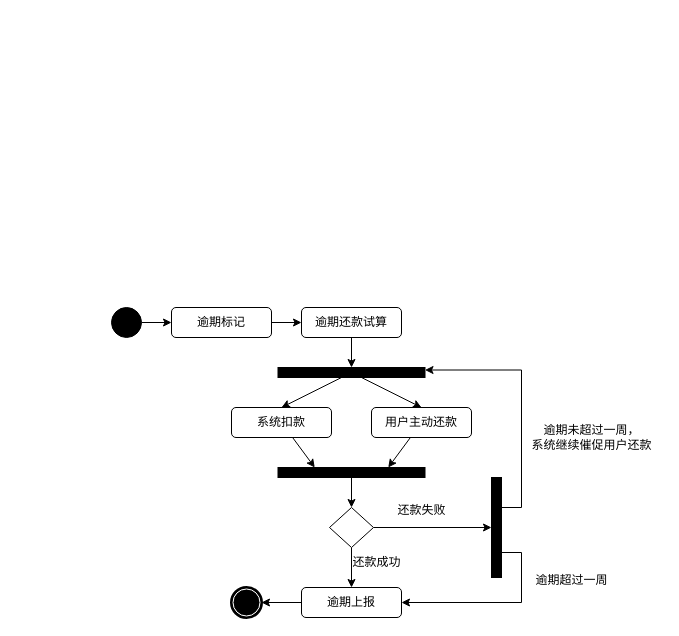
Before: 逾期还款处理.drawio in wuxiao-web/graduationThesis, a draw.io diagram. Source tidied: cells renumbered, new cells numbered last; positions are measured from the earlier drawing's top-left corner, leaving out a move shared by most shapes. Both pictures are drawn from the tidied source at 100%, with x=0, y=0 at pixel (111, 307).
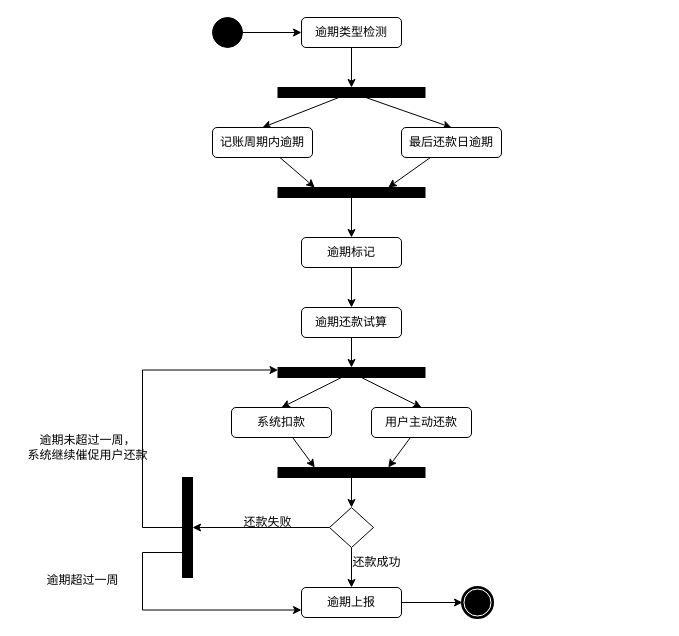
Above is the later version.

Commit message:
更新逾期还款处理.drawio

The change refers to these unchanged cells:
```xml
<mxCell id="8" style="whiteSpace=wrap;html=1;rounded=0;shadow=0;comic=0;labelBackgroundColor=none;strokeWidth=1;fillColor=#000000;fontFamily=Verdana;fontSize=12;align=center;rotation=0;" parent="1" vertex="1">
  <mxGeometry x="166.5" y="60" width="147" height="10" as="geometry" />
</mxCell>
<mxCell id="19" style="rhombus;whiteSpace=wrap;html=1;" parent="1" vertex="1">
  <mxGeometry x="218" y="200" width="44" height="40" as="geometry" />
</mxCell>
<mxCell id="26" value="逾期上报" style="rounded=1;whiteSpace=wrap;html=1;" parent="1" vertex="1">
  <mxGeometry x="190" y="280" width="100" height="30" as="geometry" />
</mxCell>
```

The edit, as a diff of the source:
```diff
@@
-    <mxCell id="2" style="edgeStyle=orthogonalEdgeStyle;rounded=0;jettySize=auto;html=1;" parent="1" edge="1" source="3" target="16">
-      <mxGeometry relative="1" as="geometry" />
+    <mxCell id="2" style="rounded=0;jettySize=auto;html=1;" parent="1" edge="1" target="16">
+      <mxGeometry relative="1" as="geometry">
+        <mxPoint x="240" y="-110" as="sourcePoint" />
+      </mxGeometry>
     </mxCell>
-    <mxCell id="3" style="ellipse;whiteSpace=wrap;html=1;rounded=0;shadow=0;comic=0;labelBackgroundColor=none;strokeWidth=1;fillColor=#000000;fontFamily=Verdana;fontSize=12;align=center;" parent="1" vertex="1">
-      <mxGeometry width="30" height="30" as="geometry" />
-    </mxCell>
@@
     <mxCell id="16" value="逾期标记" style="rounded=1;whiteSpace=wrap;html=1;" parent="1" vertex="1">
-      <mxGeometry x="60" width="100" height="30" as="geometry" />
+      <mxGeometry x="190" y="-70" width="100" height="30" as="geometry" />
     </mxCell>
-    <mxCell id="17" style="edgeStyle=orthogonalEdgeStyle;rounded=0;jettySize=auto;html=1;" parent="1" edge="1" source="19" target="23">
+    <mxCell id="17" style="edgeStyle=orthogonalEdgeStyle;rounded=0;jettySize=auto;html=1;entryX=0.5;entryY=0;entryDx=0;entryDy=0;" parent="1" edge="1" source="19" target="33">
       <mxGeometry relative="1" as="geometry" />
     </mxCell>
@@
     <mxCell id="20" value="还款失败" style="text;html=1;align=center;verticalAlign=middle;strokeColor=none;fillColor=none;" parent="1" vertex="1">
-      <mxGeometry x="275" y="188" width="70" height="30" as="geometry" />
+      <mxGeometry x="121" y="200" width="70" height="30" as="geometry" />
     </mxCell>
-    <mxCell id="21" style="edgeStyle=orthogonalEdgeStyle;rounded=0;jettySize=auto;html=1;exitX=0.5;exitY=0;exitDx=0;exitDy=0;entryX=1;entryY=0.25;entryDx=0;entryDy=0;" parent="1" edge="1" source="23" target="8">
-      <mxGeometry relative="1" as="geometry">
-        <Array as="points">
-          <mxPoint x="390" y="200" />
-          <mxPoint x="410" y="200" />
-          <mxPoint x="410" y="63" />
-        </Array>
-      </mxGeometry>
-    </mxCell>
-    <mxCell id="22" style="edgeStyle=orthogonalEdgeStyle;rounded=0;jettySize=auto;html=1;entryX=1;entryY=0.5;entryDx=0;entryDy=0;exitX=0.75;exitY=0;exitDx=0;exitDy=0;" parent="1" edge="1" source="23" target="26">
-      <mxGeometry relative="1" as="geometry" />
-    </mxCell>
-    <mxCell id="23" style="whiteSpace=wrap;html=1;rounded=0;shadow=0;comic=0;labelBackgroundColor=none;strokeWidth=1;fillColor=#000000;fontFamily=Verdana;fontSize=12;align=center;rotation=0;direction=south;" parent="1" vertex="1">
-      <mxGeometry x="380" y="170" width="10" height="100" as="geometry" />
-    </mxCell>
     <mxCell id="24" value="逾期未超过一周，&lt;br&gt;系统继续催促用户还款" style="text;html=1;align=center;verticalAlign=middle;strokeColor=none;fillColor=none;" parent="1" vertex="1">
-      <mxGeometry x="410" y="110" width="140" height="40" as="geometry" />
+      <mxGeometry x="-94" y="120" width="140" height="40" as="geometry" />
     </mxCell>
@@
     <mxCell id="28" value="逾期超过一周" style="text;html=1;align=center;verticalAlign=middle;strokeColor=none;fillColor=none;" parent="1" vertex="1">
-      <mxGeometry x="410" y="258" width="100" height="30" as="geometry" />
+      <mxGeometry x="-79" y="258" width="100" height="30" as="geometry" />
     </mxCell>
     <mxCell id="29" style="shape=mxgraph.bpmn.shape;html=1;verticalLabelPosition=bottom;labelBackgroundColor=#ffffff;verticalAlign=top;perimeter=ellipsePerimeter;outline=end;symbol=terminate;rounded=0;shadow=0;comic=0;strokeWidth=1;fontFamily=Verdana;fontSize=12;align=center;" parent="1" vertex="1">
-      <mxGeometry x="120" y="280" width="30" height="30" as="geometry" />
+      <mxGeometry x="351" y="280" width="30" height="30" as="geometry" />
     </mxCell>
+    <mxCell id="30" style="whiteSpace=wrap;html=1;rounded=0;shadow=0;comic=0;labelBackgroundColor=none;strokeWidth=1;fillColor=#000000;fontFamily=Verdana;fontSize=12;align=center;rotation=0;" parent="1" vertex="1">
+      <mxGeometry x="166.5" y="-120" width="147" height="10" as="geometry" />
+    </mxCell>
+    <mxCell id="31" style="edgeStyle=orthogonalEdgeStyle;rounded=0;jettySize=auto;html=1;entryX=0;entryY=0.25;entryDx=0;entryDy=0;" parent="1" edge="1" source="33" target="8">
+      <mxGeometry relative="1" as="geometry">
+        <Array as="points">
+          <mxPoint x="31" y="220" />
+          <mxPoint x="31" y="63" />
+        </Array>
+      </mxGeometry>
+    </mxCell>
+    <mxCell id="32" style="edgeStyle=orthogonalEdgeStyle;rounded=0;jettySize=auto;html=1;entryX=0;entryY=0.75;entryDx=0;entryDy=0;exitX=0.75;exitY=1;exitDx=0;exitDy=0;" parent="1" edge="1" source="33" target="26">
+      <mxGeometry relative="1" as="geometry">
+        <Array as="points">
+          <mxPoint x="31" y="245" />
+          <mxPoint x="31" y="303" />
+        </Array>
+      </mxGeometry>
+    </mxCell>
+    <mxCell id="33" style="whiteSpace=wrap;html=1;rounded=0;shadow=0;comic=0;labelBackgroundColor=none;strokeWidth=1;fillColor=#000000;fontFamily=Verdana;fontSize=12;align=center;rotation=0;direction=south;" parent="1" vertex="1">
+      <mxGeometry x="71" y="170" width="10" height="100" as="geometry" />
+    </mxCell>
+    <mxCell id="34" style="edgeStyle=orthogonalEdgeStyle;rounded=0;jettySize=auto;html=1;" parent="1" edge="1" source="35" target="37">
+      <mxGeometry relative="1" as="geometry" />
+    </mxCell>
+    <mxCell id="35" style="ellipse;whiteSpace=wrap;html=1;rounded=0;shadow=0;comic=0;labelBackgroundColor=none;strokeWidth=1;fillColor=#000000;fontFamily=Verdana;fontSize=12;align=center;" parent="1" vertex="1">
+      <mxGeometry x="101" y="-290" width="30" height="30" as="geometry" />
+    </mxCell>
+    <mxCell id="36" style="edgeStyle=orthogonalEdgeStyle;rounded=0;jettySize=auto;html=1;" parent="1" edge="1" source="37" target="40">
+      <mxGeometry relative="1" as="geometry" />
+    </mxCell>
+    <mxCell id="37" value="逾期类型检测" style="rounded=1;whiteSpace=wrap;html=1;" parent="1" vertex="1">
+      <mxGeometry x="190" y="-290" width="100" height="30" as="geometry" />
+    </mxCell>
+    <mxCell id="38" style="rounded=0;jettySize=auto;html=1;entryX=0.5;entryY=0;entryDx=0;entryDy=0;" parent="1" edge="1" source="40" target="42">
+      <mxGeometry relative="1" as="geometry" />
+    </mxCell>
+    <mxCell id="39" style="rounded=0;jettySize=auto;html=1;entryX=0.5;entryY=0;entryDx=0;entryDy=0;" parent="1" edge="1" source="40" target="44">
+      <mxGeometry relative="1" as="geometry" />
+    </mxCell>
+    <mxCell id="40" style="whiteSpace=wrap;html=1;rounded=0;shadow=0;comic=0;labelBackgroundColor=none;strokeWidth=1;fillColor=#000000;fontFamily=Verdana;fontSize=12;align=center;rotation=0;" parent="1" vertex="1">
+      <mxGeometry x="166.5" y="-220" width="147" height="10" as="geometry" />
+    </mxCell>
+    <mxCell id="41" style="rounded=0;jettySize=auto;html=1;entryX=0.25;entryY=0;entryDx=0;entryDy=0;" parent="1" edge="1" source="42" target="30">
+      <mxGeometry relative="1" as="geometry" />
+    </mxCell>
+    <mxCell id="42" value="记账周期内逾期" style="rounded=1;whiteSpace=wrap;html=1;" parent="1" vertex="1">
+      <mxGeometry x="101" y="-180" width="100" height="30" as="geometry" />
+    </mxCell>
+    <mxCell id="43" style="rounded=0;jettySize=auto;html=1;entryX=0.75;entryY=0;entryDx=0;entryDy=0;" parent="1" edge="1" source="44" target="30">
+      <mxGeometry relative="1" as="geometry" />
+    </mxCell>
+    <mxCell id="44" value="最后还款日逾期" style="rounded=1;whiteSpace=wrap;html=1;" parent="1" vertex="1">
+      <mxGeometry x="290" y="-180" width="100" height="30" as="geometry" />
+    </mxCell>
```
